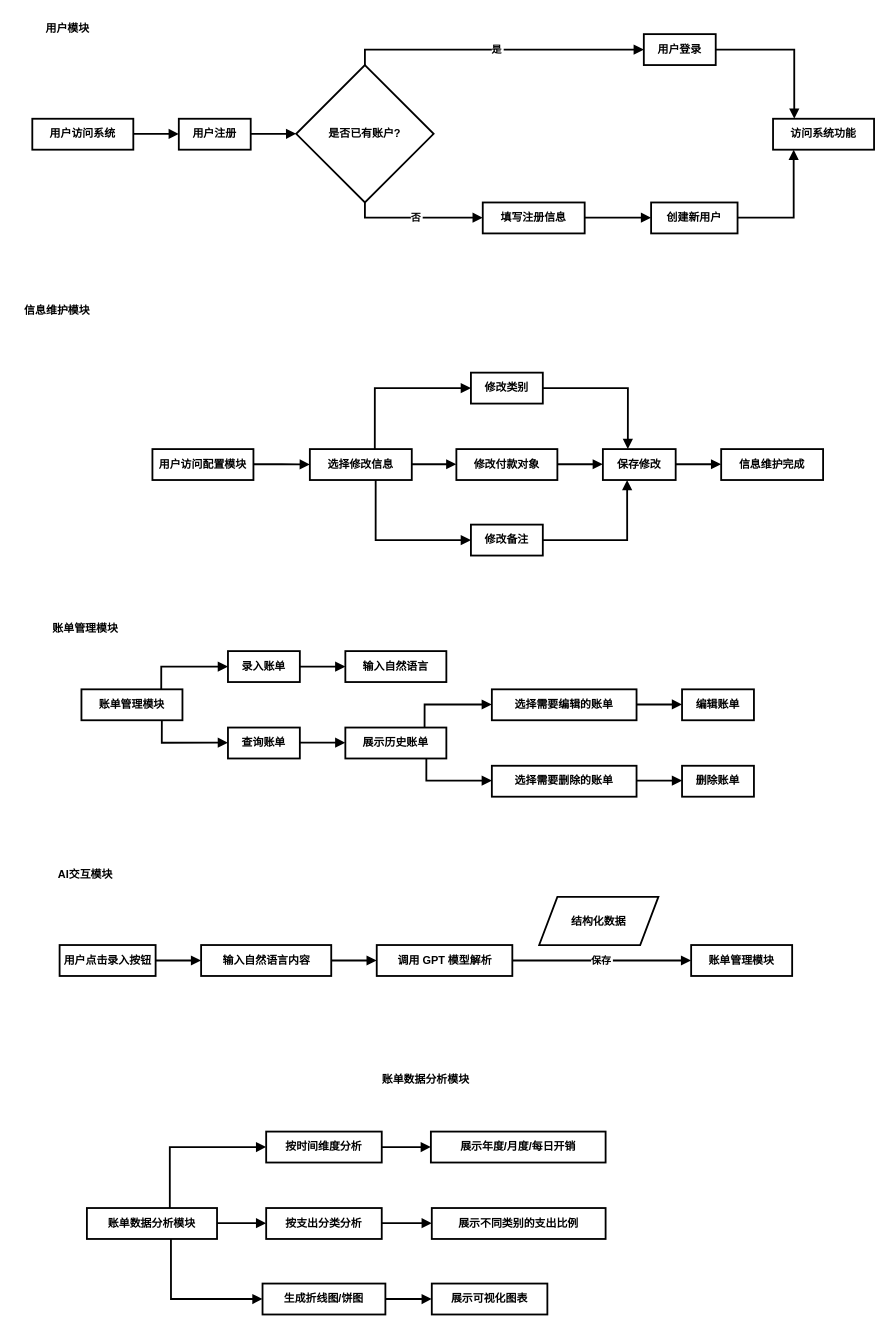
This is page "流程图" (7 of 7) of ai记账系统.drawio from Amos-Pan-lei/diagram-repo, a draw.io file, before an edit. Source tidied: cells renumbered, new cells numbered last; positions are measured from the earlier drawing's top-left corner, leaving out a move shared by most shapes. Both pictures are drawn from the tidied source at 91%, with x=0, y=0 at pixel (15, 15).
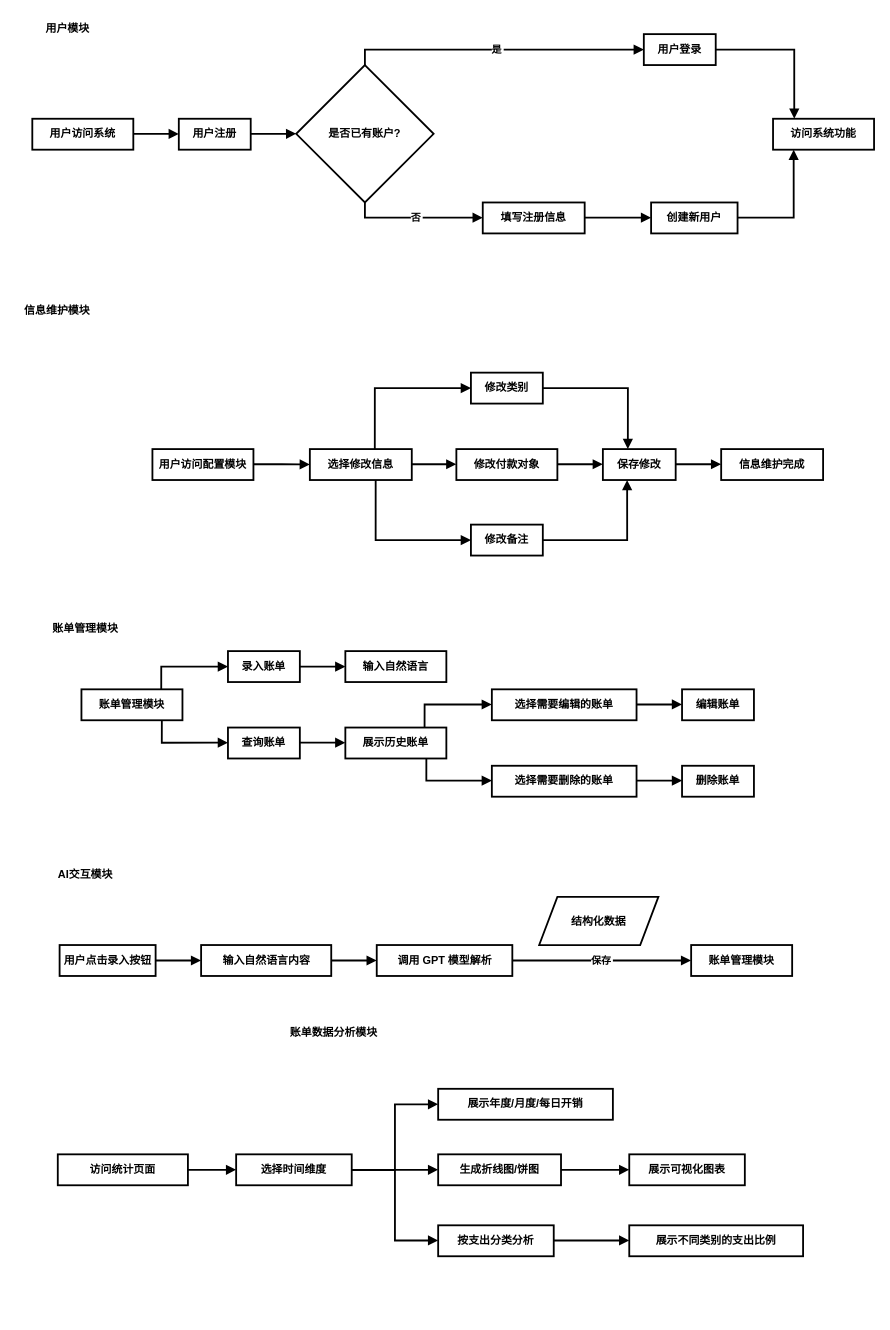
After the change.

Commit message (it also covers changes not shown here):
更新ai记账系统.drawio

Diff of the diagram source:
```diff
@@
     <mxCell id="35" value="账单数据分析模块" style="text;html=1;align=center;verticalAlign=middle;strokeColor=none;fillColor=none;fontStyle=1;strokeWidth=2;" parent="1" vertex="1">
-      <mxGeometry x="393" y="1156" width="114" height="26" as="geometry" />
+      <mxGeometry x="292" y="1104" width="114" height="26" as="geometry" />
     </mxCell>
@@
-    <mxCell id="61" value="账单数据分析模块" style="whiteSpace=wrap;strokeWidth=2;fontStyle=1;" parent="1" vertex="1">
-      <mxGeometry x="78" y="1310" width="143" height="34" as="geometry" />
+    <mxCell id="61" value="访问统计页面" style="whiteSpace=wrap;strokeWidth=2;fontStyle=1;" parent="1" vertex="1">
+      <mxGeometry x="46" y="1251" width="143" height="34" as="geometry" />
     </mxCell>
-    <mxCell id="62" value="按时间维度分析" style="whiteSpace=wrap;strokeWidth=2;fontStyle=1;" parent="1" vertex="1">
-      <mxGeometry x="275" y="1226" width="127" height="34" as="geometry" />
+    <mxCell id="62" value="选择时间维度" style="whiteSpace=wrap;strokeWidth=2;fontStyle=1;" parent="1" vertex="1">
+      <mxGeometry x="242" y="1251" width="127" height="34" as="geometry" />
     </mxCell>
     <mxCell id="63" value="按支出分类分析" style="whiteSpace=wrap;strokeWidth=2;fontStyle=1;" parent="1" vertex="1">
-      <mxGeometry x="275" y="1310" width="127" height="34" as="geometry" />
+      <mxGeometry x="464" y="1329" width="127" height="34" as="geometry" />
     </mxCell>
     <mxCell id="64" value="生成折线图/饼图" style="whiteSpace=wrap;strokeWidth=2;fontStyle=1;" parent="1" vertex="1">
-      <mxGeometry x="271" y="1393" width="135" height="34" as="geometry" />
+      <mxGeometry x="464" y="1251" width="135" height="34" as="geometry" />
     </mxCell>
     <mxCell id="65" value="展示年度/月度/每日开销" style="whiteSpace=wrap;strokeWidth=2;fontStyle=1;" parent="1" vertex="1">
-      <mxGeometry x="456" y="1226" width="192" height="34" as="geometry" />
+      <mxGeometry x="464" y="1179" width="192" height="34" as="geometry" />
     </mxCell>
     <mxCell id="66" value="展示不同类别的支出比例" style="whiteSpace=wrap;strokeWidth=2;fontStyle=1;" parent="1" vertex="1">
-      <mxGeometry x="457" y="1310" width="191" height="34" as="geometry" />
+      <mxGeometry x="674" y="1329" width="191" height="34" as="geometry" />
     </mxCell>
     <mxCell id="67" value="展示可视化图表" style="whiteSpace=wrap;strokeWidth=2;fontStyle=1;" parent="1" vertex="1">
-      <mxGeometry x="457" y="1393" width="127" height="34" as="geometry" />
+      <mxGeometry x="674" y="1251" width="127" height="34" as="geometry" />
     </mxCell>
-    <mxCell id="68" style="startArrow=none;endArrow=block;exitX=0.64;exitY=-0.01;entryX=0;entryY=0.5;rounded=0;fontStyle=1;strokeWidth=2;edgeStyle=orthogonalEdgeStyle;" parent="1" edge="1" source="61" target="62">
+    <mxCell id="68" style="startArrow=none;endArrow=block;entryX=0;entryY=0.5;rounded=0;fontStyle=1;strokeWidth=2;edgeStyle=orthogonalEdgeStyle;" parent="1" edge="1" source="61" target="62">
       <mxGeometry relative="1" as="geometry" />
     </mxCell>
-    <mxCell id="69" style="startArrow=none;endArrow=block;exitX=1;exitY=0.49;entryX=0;entryY=0.49;rounded=0;fontStyle=1;strokeWidth=2;edgeStyle=orthogonalEdgeStyle;" parent="1" edge="1" source="61" target="63">
+    <mxCell id="69" style="startArrow=none;endArrow=block;entryX=0;entryY=0.49;rounded=0;fontStyle=1;strokeWidth=2;edgeStyle=orthogonalEdgeStyle;" parent="1" edge="1" source="62" target="63">
       <mxGeometry relative="1" as="geometry" />
     </mxCell>
-    <mxCell id="70" style="startArrow=none;endArrow=block;exitX=0.64;exitY=0.98;entryX=0;entryY=0.5;rounded=0;fontStyle=1;strokeWidth=2;edgeStyle=orthogonalEdgeStyle;" parent="1" edge="1" source="61" target="64">
+    <mxCell id="70" style="startArrow=none;endArrow=block;exitX=1;exitY=0.5;entryX=0;entryY=0.5;rounded=0;fontStyle=1;strokeWidth=2;edgeStyle=orthogonalEdgeStyle;exitDx=0;exitDy=0;" parent="1" edge="1" source="62" target="64">
       <mxGeometry relative="1" as="geometry" />
     </mxCell>
```
